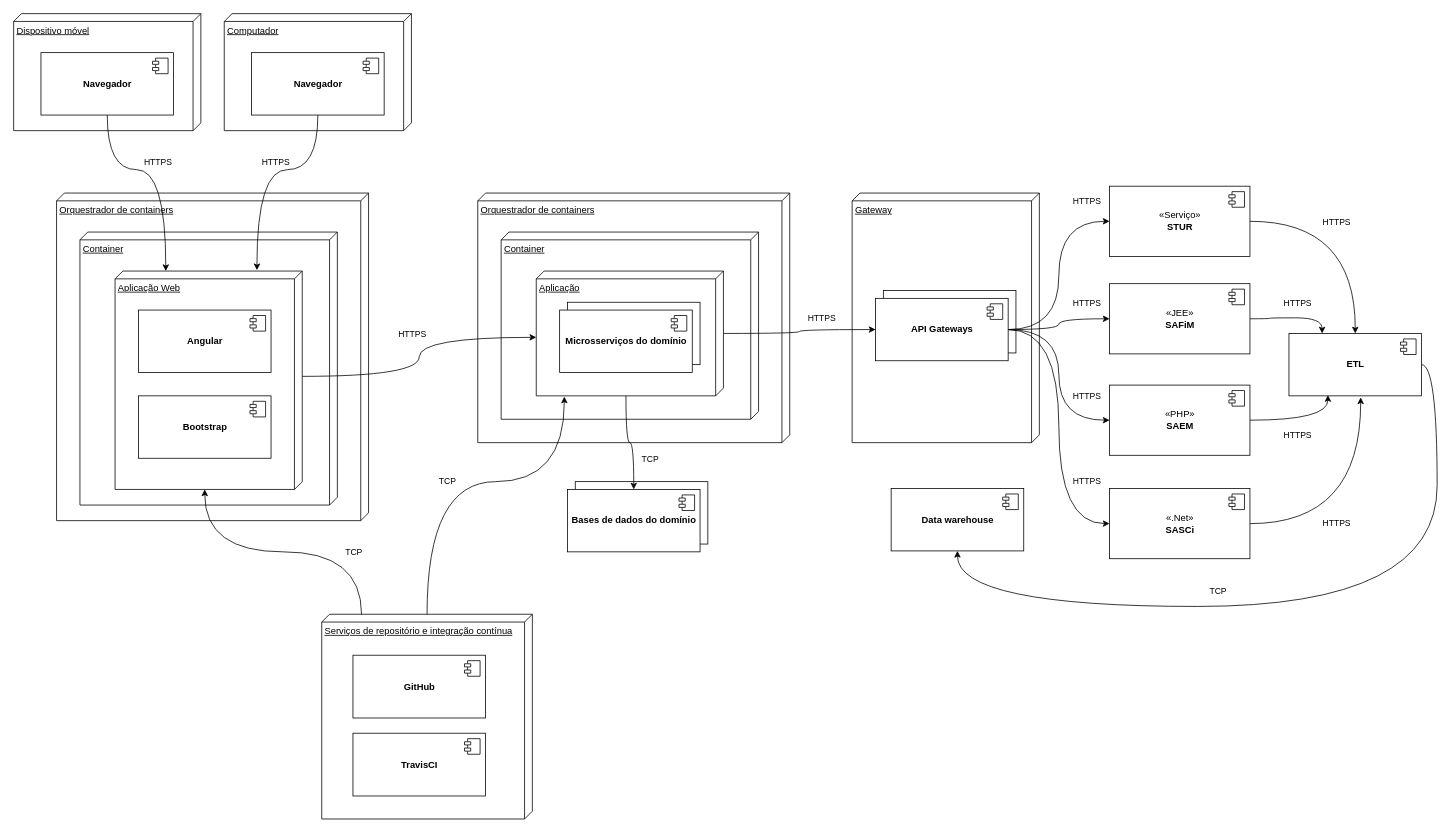
Above: diagrama-de-implantacao.drawio in sgm-poc/sgm-diagramas (draw.io), before the change. Source tidied: cells renumbered, new cells numbered last; positions are measured from the earlier drawing's top-left corner, leaving out a move shared by most shapes. Both pictures are drawn from the tidied source at 78%, with x=0, y=0 at pixel (13, 13).
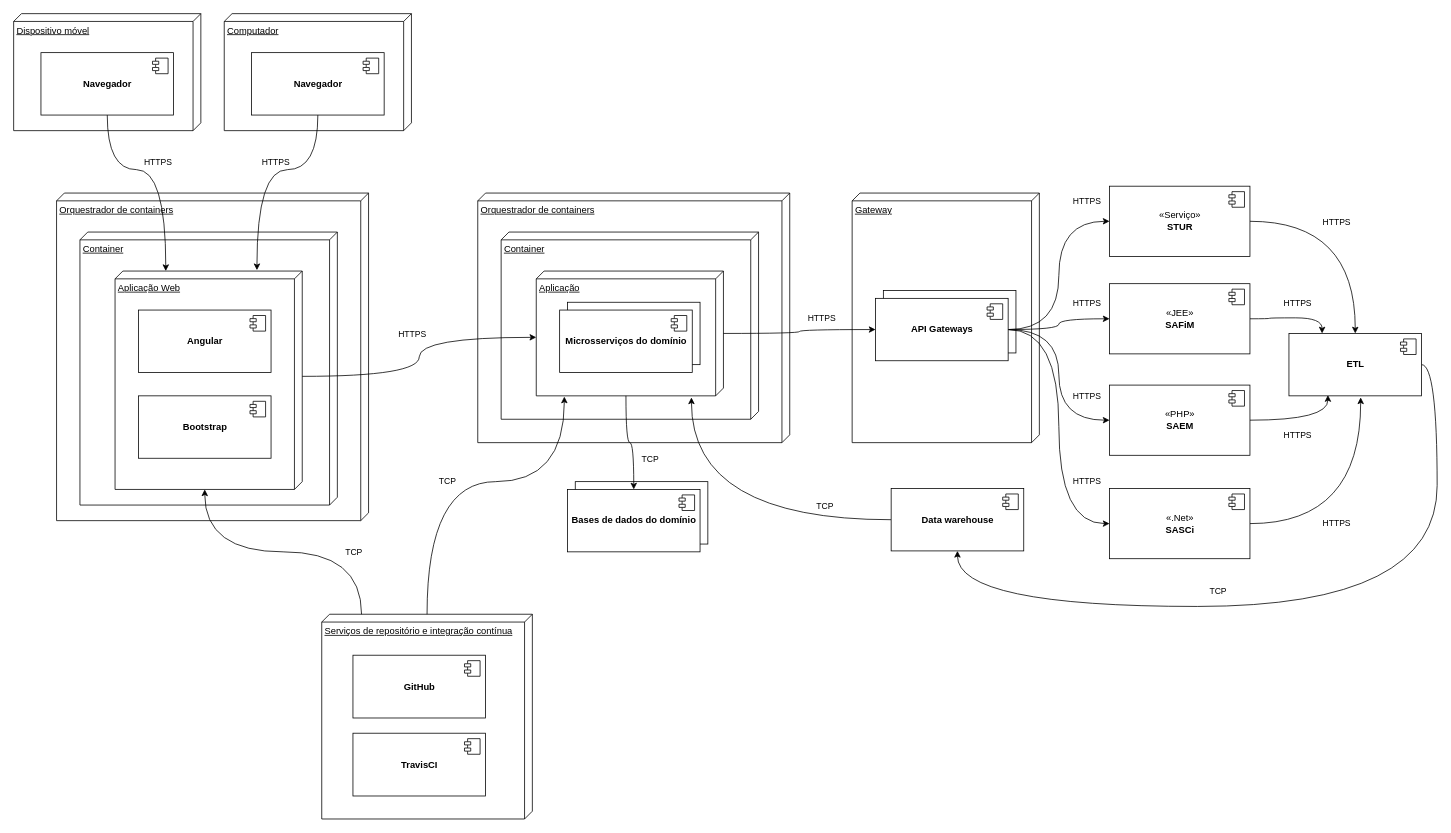
Above is the later version.

The change refers to these unchanged cells:
```xml
<mxCell id="21" value="Aplicação" style="verticalAlign=top;align=left;spacingTop=8;spacingLeft=2;spacingRight=12;shape=cube;size=10;direction=south;fontStyle=4;html=1;" parent="1" vertex="1">
  <mxGeometry x="670" y="330" width="240" height="160" as="geometry" />
</mxCell>
<mxCell id="50" value="&lt;b&gt;Data warehouse&lt;/b&gt;" style="html=1;" parent="1" vertex="1">
  <mxGeometry x="1125" y="608.8" width="170" height="80" as="geometry" />
</mxCell>
```

What changed in the source:
```diff
@@
+    <mxCell id="77" style="edgeStyle=orthogonalEdgeStyle;curved=1;rounded=0;jettySize=auto;html=1;entryX=1.013;entryY=0.171;entryDx=0;entryDy=0;entryPerimeter=0;" parent="1" edge="1" source="50" target="21">
+      <mxGeometry relative="1" as="geometry" />
+    </mxCell>
+    <mxCell id="78" value="TCP" style="edgeLabel;html=1;align=center;verticalAlign=middle;" parent="77" vertex="1">
+      <mxGeometry x="-0.6" y="-7" relative="1" as="geometry">
+        <mxPoint x="-3" y="-11.8" as="offset" />
+      </mxGeometry>
+    </mxCell>
```
